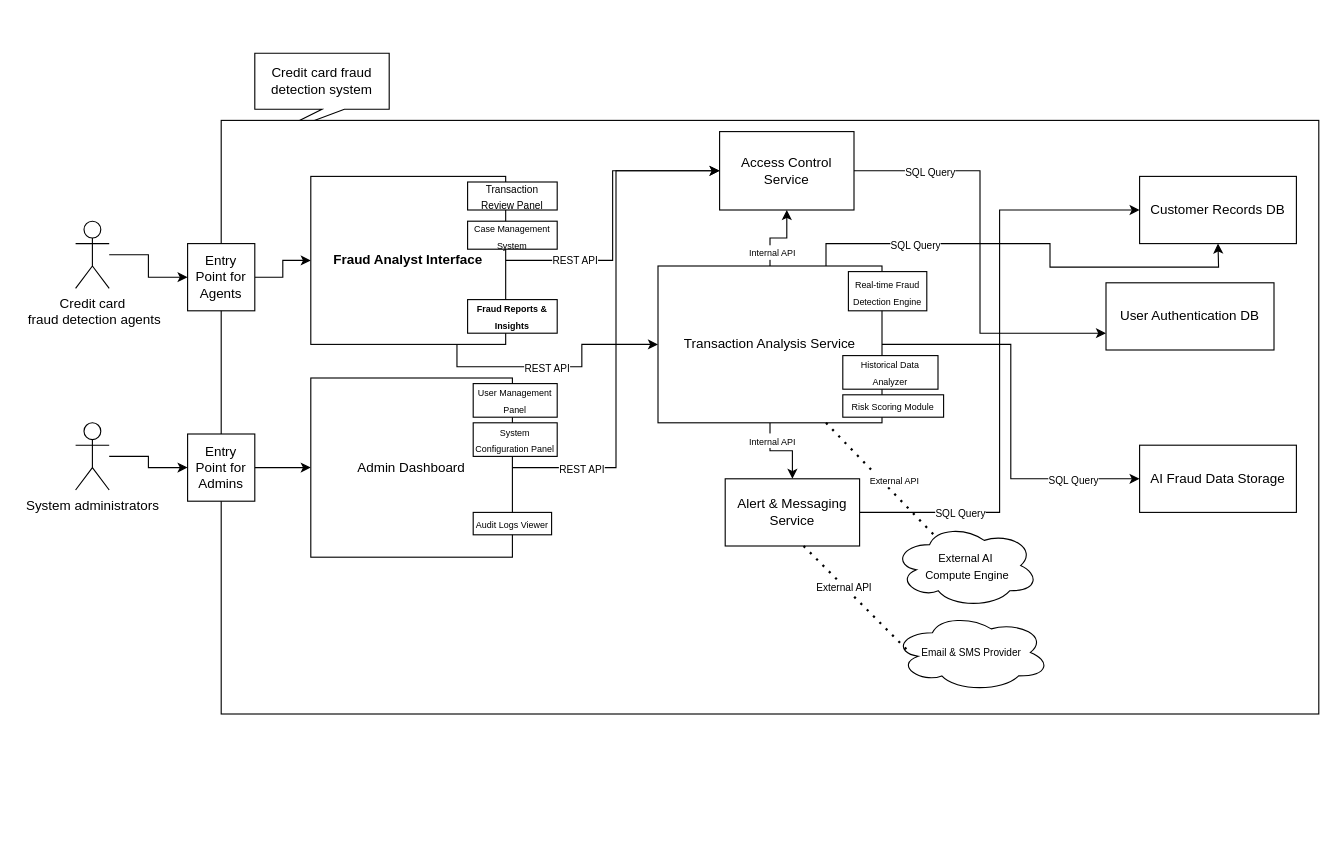
The draw.io diagram Distributed Systems Architecture.drawio in Faisal-Khan123/Distributed-Systems-Architecture, before the edit. Source tidied: cells renumbered, new cells numbered last; positions are measured from the earlier drawing's top-left corner, leaving out a move shared by most shapes. Both pictures are drawn from the tidied source at 112%, with x=0, y=0 at pixel (19, 19).
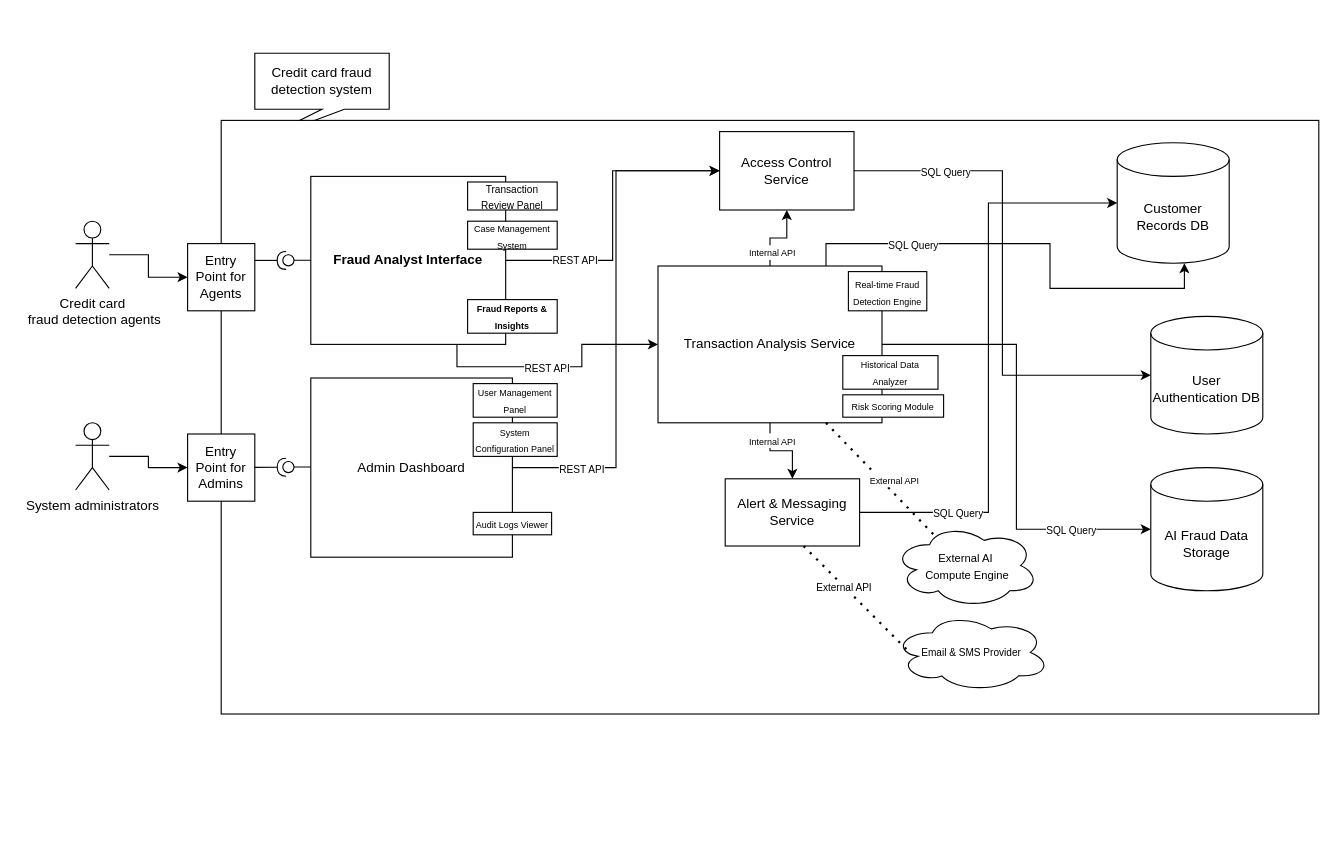
After the change.

The change refers to these unchanged cells:
```xml
<mxCell id="9" value="Entry Point for Agents" style="whiteSpace=wrap;html=1;" parent="1" vertex="1">
  <mxGeometry x="150" y="200" width="60" height="60" as="geometry" />
</mxCell>
<mxCell id="11" value="Entry Point for Admins" style="whiteSpace=wrap;html=1;" parent="1" vertex="1">
  <mxGeometry x="150" y="370" width="60" height="60" as="geometry" />
</mxCell>
<mxCell id="23" value="Transaction Analysis Service" style="rounded=0;whiteSpace=wrap;html=1;" parent="1" vertex="1">
  <mxGeometry x="570" y="220" width="200" height="140" as="geometry" />
</mxCell>
<mxCell id="28" value="&lt;strong&gt;Fraud Analyst Interface&lt;/strong&gt;" style="rounded=0;whiteSpace=wrap;html=1;" parent="1" vertex="1">
  <mxGeometry x="260" y="140" width="174" height="150" as="geometry" />
</mxCell>
<mxCell id="31" value="Admin Dashboard" style="rounded=0;whiteSpace=wrap;html=1;" parent="1" vertex="1">
  <mxGeometry x="260" y="320" width="180" height="160" as="geometry" />
</mxCell>
<mxCell id="35" value="Alert &amp;amp; Messaging Service" style="rounded=0;whiteSpace=wrap;html=1;" parent="1" vertex="1">
  <mxGeometry x="630" y="410" width="120" height="60" as="geometry" />
</mxCell>
<mxCell id="38" value="Access Control Service" style="rounded=0;whiteSpace=wrap;html=1;" parent="1" vertex="1">
  <mxGeometry x="625" y="100" width="120" height="70" as="geometry" />
</mxCell>
```

Change to the diagram source:
```diff
@@
-    <mxCell id="8" style="edgeStyle=orthogonalEdgeStyle;rounded=0;jettySize=auto;html=1;" parent="1" edge="1" source="9" target="28">
-      <mxGeometry relative="1" as="geometry" />
-    </mxCell>
@@
-    <mxCell id="10" style="edgeStyle=orthogonalEdgeStyle;rounded=0;jettySize=auto;html=1;" parent="1" edge="1" source="11" target="31">
-      <mxGeometry relative="1" as="geometry" />
-    </mxCell>
@@
-    <mxCell id="18" style="edgeStyle=orthogonalEdgeStyle;rounded=0;jettySize=auto;html=1;exitX=1;exitY=0.5;exitDx=0;exitDy=0;entryX=0;entryY=0.5;entryDx=0;entryDy=0;" parent="1" edge="1" source="23" target="40">
+    <mxCell id="18" style="edgeStyle=orthogonalEdgeStyle;rounded=0;jettySize=auto;html=1;exitX=1;exitY=0.5;exitDx=0;exitDy=0;entryX=0;entryY=0.5;entryDx=0;entryDy=0;entryPerimeter=0;" parent="1" edge="1" source="23" target="40">
       <mxGeometry relative="1" as="geometry" />
     </mxCell>
@@
-    <mxCell id="32" value="Customer Records DB" style="rounded=0;whiteSpace=wrap;html=1;" parent="1" vertex="1">
-      <mxGeometry x="1000" y="140" width="140" height="60" as="geometry" />
-    </mxCell>
-    <mxCell id="33" style="edgeStyle=orthogonalEdgeStyle;rounded=0;jettySize=auto;html=1;entryX=0;entryY=0.5;entryDx=0;entryDy=0;" parent="1" edge="1" source="35" target="32">
-      <mxGeometry relative="1" as="geometry" />
-    </mxCell>
-    <mxCell id="34" value="&lt;font style=&quot;font-size: 9px;&quot;&gt;SQL Query&lt;/font&gt;" style="edgeLabel;html=1;align=center;verticalAlign=middle;" parent="33" vertex="1">
-      <mxGeometry x="-0.7" relative="1" as="geometry">
-        <mxPoint x="11" as="offset" />
-      </mxGeometry>
-    </mxCell>
@@
-    <mxCell id="36" style="edgeStyle=orthogonalEdgeStyle;rounded=0;jettySize=auto;html=1;entryX=0;entryY=0.75;entryDx=0;entryDy=0;" parent="1" edge="1" source="38" target="39">
+    <mxCell id="36" style="edgeStyle=orthogonalEdgeStyle;rounded=0;jettySize=auto;html=1;entryX=0;entryY=0.5;entryDx=0;entryDy=0;entryPerimeter=0;" parent="1" edge="1" source="38" target="39">
       <mxGeometry relative="1" as="geometry" />
     </mxCell>
@@
-    <mxCell id="39" value="User Authentication DB" style="rounded=0;whiteSpace=wrap;html=1;" parent="1" vertex="1">
-      <mxGeometry x="970" y="235" width="150" height="60" as="geometry" />
-    </mxCell>
-    <mxCell id="40" value="AI Fraud Data Storage" style="rounded=0;whiteSpace=wrap;html=1;" parent="1" vertex="1">
-      <mxGeometry x="1000" y="380" width="140" height="60" as="geometry" />
-    </mxCell>
@@
-    <mxCell id="56" style="edgeStyle=orthogonalEdgeStyle;rounded=0;jettySize=auto;html=1;exitX=0.75;exitY=0;exitDx=0;exitDy=0;" parent="1" edge="1" source="23">
+    <mxCell id="56" style="edgeStyle=orthogonalEdgeStyle;rounded=0;jettySize=auto;html=1;exitX=0.75;exitY=0;exitDx=0;exitDy=0;" parent="1" edge="1" source="23" target="32">
       <mxGeometry relative="1" as="geometry">
-        <mxPoint x="1070" y="200" as="targetPoint" />
+        <Array as="points">
+          <mxPoint x="720" y="200" />
+          <mxPoint x="920" y="200" />
+          <mxPoint x="920" y="240" />
+          <mxPoint x="1040" y="240" />
+        </Array>
       </mxGeometry>
     </mxCell>
@@
+    <mxCell id="33" style="edgeStyle=orthogonalEdgeStyle;rounded=0;jettySize=auto;html=1;entryX=0;entryY=0.5;entryDx=0;entryDy=0;" parent="1" edge="1" source="35" target="32">
+      <mxGeometry relative="1" as="geometry" />
+    </mxCell>
+    <mxCell id="34" value="&lt;font style=&quot;font-size: 9px;&quot;&gt;SQL Query&lt;/font&gt;" style="edgeLabel;html=1;align=center;verticalAlign=middle;" parent="33" vertex="1">
+      <mxGeometry x="-0.7" relative="1" as="geometry">
+        <mxPoint x="11" as="offset" />
+      </mxGeometry>
+    </mxCell>
+    <mxCell id="32" value="Customer Records DB" style="shape=cylinder3;whiteSpace=wrap;html=1;boundedLbl=1;backgroundOutline=1;size=15;" parent="1" vertex="1">
+      <mxGeometry x="980" y="110" width="100" height="107.5" as="geometry" />
+    </mxCell>
+    <mxCell id="39" value="User Authentication DB" style="shape=cylinder3;whiteSpace=wrap;html=1;boundedLbl=1;backgroundOutline=1;size=15;" parent="1" vertex="1">
+      <mxGeometry x="1010" y="265" width="100" height="105" as="geometry" />
+    </mxCell>
+    <mxCell id="40" value="AI Fraud Data Storage" style="shape=cylinder3;whiteSpace=wrap;html=1;boundedLbl=1;backgroundOutline=1;size=15;" parent="1" vertex="1">
+      <mxGeometry x="1010" y="400" width="100" height="110" as="geometry" />
+    </mxCell>
+    <mxCell id="58" style="ellipse;whiteSpace=wrap;html=1;align=center;fillColor=none;strokeColor=none;perimeter=centerPerimeter;" parent="1" vertex="1">
+      <mxGeometry x="230" y="230" width="10" height="10" as="geometry" />
+    </mxCell>
+    <mxCell id="59" style="rounded=0;jettySize=auto;html=1;endArrow=halfCircle;endFill=0;endSize=6;strokeWidth=1;sketch=0;exitX=1;exitY=0.25;exitDx=0;exitDy=0;" parent="1" edge="1" source="9">
+      <mxGeometry relative="1" as="geometry">
+        <mxPoint x="238" y="215" as="targetPoint" />
+      </mxGeometry>
+    </mxCell>
+    <mxCell id="60" style="rounded=0;orthogonalLoop=1;jettySize=auto;html=1;endArrow=oval;endFill=0;sketch=0;sourcePerimeterSpacing=0;targetPerimeterSpacing=0;endSize=10;" parent="1" edge="1">
+      <mxGeometry relative="1" as="geometry">
+        <mxPoint x="250" y="214.9" as="sourcePoint" />
+        <mxPoint x="240" y="214.9" as="targetPoint" />
+        <Array as="points">
+          <mxPoint x="260" y="214.9" />
+        </Array>
+      </mxGeometry>
+    </mxCell>
+    <mxCell id="61" style="ellipse;whiteSpace=wrap;html=1;align=center;fillColor=none;strokeColor=none;perimeter=centerPerimeter;" parent="1" vertex="1">
+      <mxGeometry x="230" y="210" width="10" height="10" as="geometry" />
+    </mxCell>
+    <mxCell id="62" style="rounded=0;orthogonalLoop=1;jettySize=auto;html=1;endArrow=halfCircle;endFill=0;endSize=6;strokeWidth=1;sketch=0;exitX=1;exitY=0.25;exitDx=0;exitDy=0;" parent="1" edge="1">
+      <mxGeometry relative="1" as="geometry">
+        <mxPoint x="210" y="399.8" as="sourcePoint" />
+        <mxPoint x="238" y="399.7" as="targetPoint" />
+      </mxGeometry>
+    </mxCell>
+    <mxCell id="63" style="rounded=0;orthogonalLoop=1;jettySize=auto;html=1;endArrow=oval;endFill=0;sketch=0;sourcePerimeterSpacing=0;targetPerimeterSpacing=0;endSize=10;" parent="1" edge="1">
+      <mxGeometry relative="1" as="geometry">
+        <mxPoint x="250" y="399.5" as="sourcePoint" />
+        <mxPoint x="240" y="399.5" as="targetPoint" />
+        <Array as="points">
+          <mxPoint x="260" y="399.5" />
+        </Array>
+      </mxGeometry>
+    </mxCell>
```
